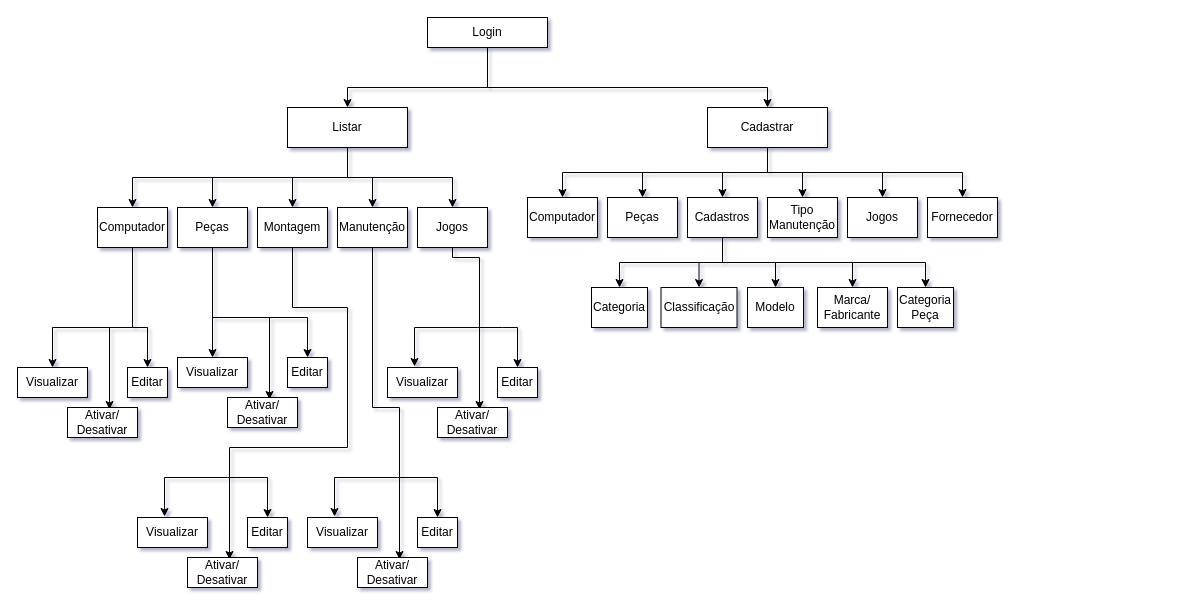
The draw.io diagram uploads/ADM.drawio in iasdomingos03/tcc, before the edit. Source tidied: cells renumbered, new cells numbered last; positions are measured from the earlier drawing's top-left corner, leaving out a move shared by most shapes. Both pictures are drawn from the tidied source at 100%, with x=0, y=0 at pixel (17, 17).
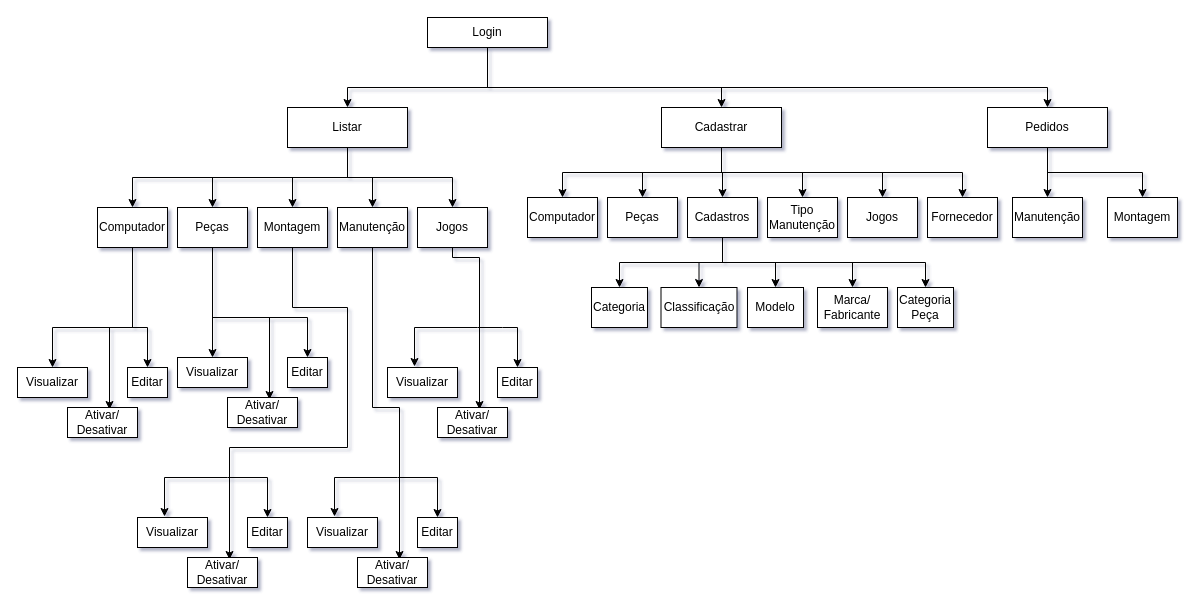
After the change.

Unchanged cells that the change refers to:
```xml
<mxCell id="4" value="Login" style="rounded=0;whiteSpace=wrap;html=1;" parent="1" vertex="1">
  <mxGeometry x="410" width="120" height="30" as="geometry" />
</mxCell>
```

Change to the diagram source:
```diff
@@
-    <mxCell id="3" style="edgeStyle=orthogonalEdgeStyle;rounded=0;jettySize=auto;html=1;exitX=0.5;exitY=1;exitDx=0;exitDy=0;" parent="1" edge="1" source="4">
-      <mxGeometry relative="1" as="geometry">
-        <mxPoint x="750" y="90" as="targetPoint" />
-        <Array as="points">
-          <mxPoint x="470" y="70" />
-          <mxPoint x="750" y="70" />
-        </Array>
-      </mxGeometry>
-    </mxCell>
+    <mxCell id="69" style="edgeStyle=orthogonalEdgeStyle;rounded=0;jettySize=auto;html=1;exitX=0.5;exitY=1;exitDx=0;exitDy=0;entryX=0.5;entryY=0;entryDx=0;entryDy=0;" parent="1" edge="1" source="4" target="17">
+      <mxGeometry relative="1" as="geometry">
+        <Array as="points">
+          <mxPoint x="470" y="70" />
+          <mxPoint x="704" y="70" />
+        </Array>
+      </mxGeometry>
+    </mxCell>
+    <mxCell id="70" style="edgeStyle=orthogonalEdgeStyle;rounded=0;jettySize=auto;html=1;exitX=0.5;exitY=1;exitDx=0;exitDy=0;entryX=0.5;entryY=0;entryDx=0;entryDy=0;" parent="1" edge="1" source="4" target="73">
+      <mxGeometry relative="1" as="geometry">
+        <Array as="points">
+          <mxPoint x="470" y="70" />
+          <mxPoint x="1030" y="70" />
+        </Array>
+      </mxGeometry>
+    </mxCell>
@@
     <mxCell id="17" value="Cadastrar" style="rounded=0;whiteSpace=wrap;html=1;" parent="1" vertex="1">
-      <mxGeometry x="690" y="90" width="120" height="40" as="geometry" />
+      <mxGeometry x="644" y="90" width="120" height="40" as="geometry" />
     </mxCell>
@@
+    <mxCell id="71" style="edgeStyle=orthogonalEdgeStyle;rounded=0;jettySize=auto;html=1;exitX=0.5;exitY=1;exitDx=0;exitDy=0;entryX=0.5;entryY=0;entryDx=0;entryDy=0;" parent="1" edge="1" source="73" target="74">
+      <mxGeometry relative="1" as="geometry" />
+    </mxCell>
+    <mxCell id="72" style="edgeStyle=orthogonalEdgeStyle;rounded=0;jettySize=auto;html=1;exitX=0.5;exitY=1;exitDx=0;exitDy=0;entryX=0.5;entryY=0;entryDx=0;entryDy=0;" parent="1" edge="1" source="73" target="75">
+      <mxGeometry relative="1" as="geometry" />
+    </mxCell>
+    <mxCell id="73" value="Pedidos" style="rounded=0;whiteSpace=wrap;html=1;" parent="1" vertex="1">
+      <mxGeometry x="970" y="90" width="120" height="40" as="geometry" />
+    </mxCell>
+    <mxCell id="74" value="Montagem" style="rounded=0;whiteSpace=wrap;html=1;" parent="1" vertex="1">
+      <mxGeometry x="1090" y="180" width="70" height="40" as="geometry" />
+    </mxCell>
+    <mxCell id="75" value="Manutenção" style="rounded=0;whiteSpace=wrap;html=1;" parent="1" vertex="1">
+      <mxGeometry x="995" y="180" width="70" height="40" as="geometry" />
+    </mxCell>
```
